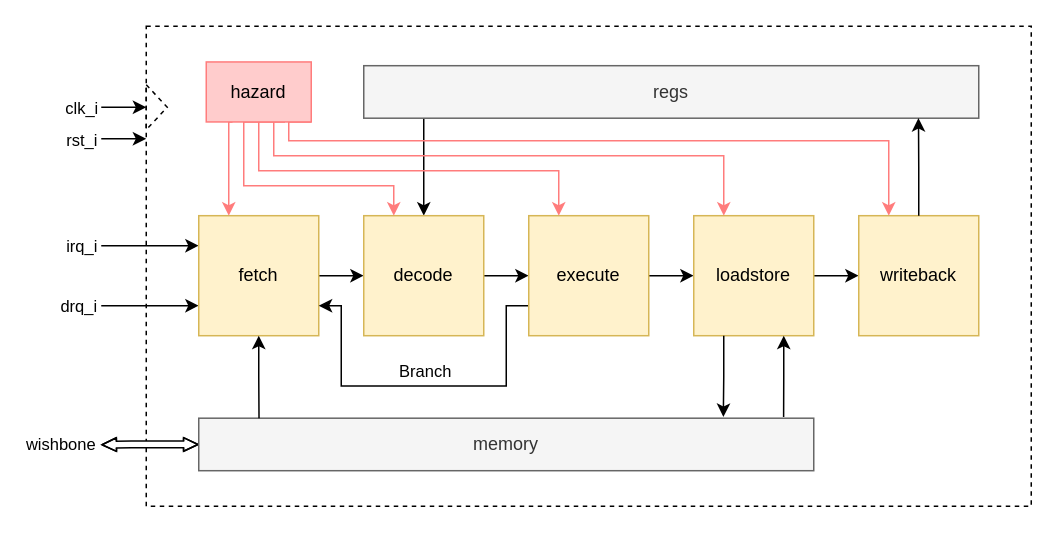
cchaine/ECAP5-DPROC keeps this draw.io diagram as docs/src/assets/architecture.drawio. Above is the earlier version. Source tidied: cells renumbered, new cells numbered last; positions are measured from the earlier drawing's top-left corner, leaving out a move shared by most shapes. Both pictures are drawn from the tidied source at 150%, with x=0, y=0 at pixel (100, 26).
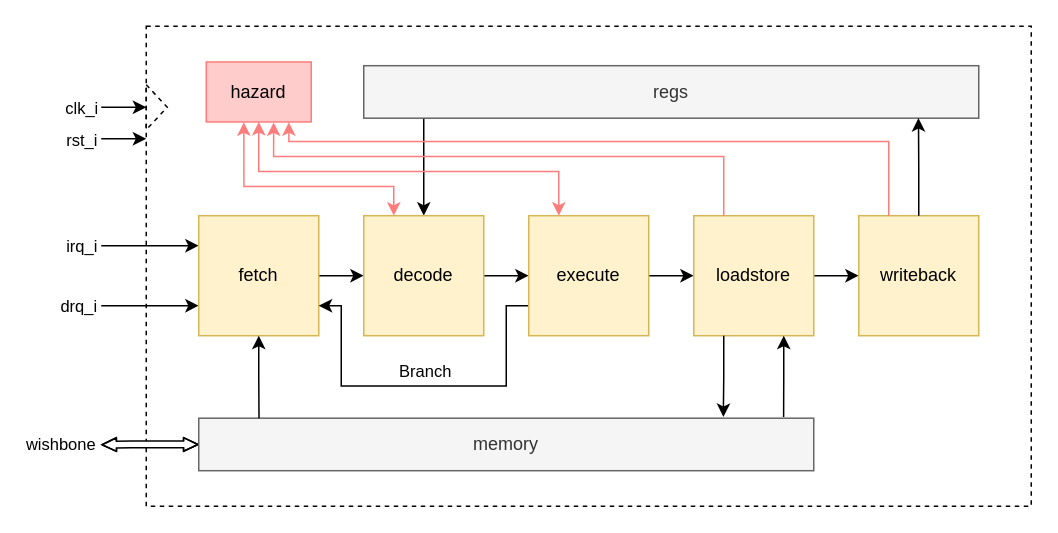
After the change.

Commit message (it also covers changes not shown here):
Adds architecture requirements for the pipeline hazards

Unchanged cells that the change refers to:
```xml
<mxCell id="3" style="group;" parent="1" vertex="1">
  <mxGeometry x="65" y="23.8" width="520" height="272.5" as="geometry" />
</mxCell>
<mxCell id="10" value="fetch" style="whiteSpace=wrap;html=1;fillColor=#fff2cc;strokeColor=#d6b656;" parent="3" vertex="1">
  <mxGeometry y="102.5" width="80" height="80" as="geometry" />
</mxCell>
<mxCell id="12" value="decode" style="whiteSpace=wrap;html=1;fillColor=#fff2cc;strokeColor=#d6b656;" parent="3" vertex="1">
  <mxGeometry x="110" y="102.5" width="80" height="80" as="geometry" />
</mxCell>
<mxCell id="16" value="execute" style="whiteSpace=wrap;html=1;fillColor=#fff2cc;strokeColor=#d6b656;" parent="3" vertex="1">
  <mxGeometry x="220" y="102.5" width="80" height="80" as="geometry" />
</mxCell>
<mxCell id="18" value="loadstore" style="whiteSpace=wrap;html=1;fillColor=#fff2cc;strokeColor=#d6b656;" parent="3" vertex="1">
  <mxGeometry x="330" y="102.5" width="80" height="80" as="geometry" />
</mxCell>
<mxCell id="19" value="writeback" style="whiteSpace=wrap;html=1;fillColor=#fff2cc;strokeColor=#d6b656;" parent="3" vertex="1">
  <mxGeometry x="440" y="102.5" width="80" height="80" as="geometry" />
</mxCell>
<mxCell id="28" value="hazard" style="rounded=0;whiteSpace=wrap;html=1;fillColor=#ffcccc;strokeColor=#ff7c7c;" parent="3" vertex="1">
  <mxGeometry x="5" width="70" height="40" as="geometry" />
</mxCell>
```

The edit, as a diff of the source:
```diff
@@
-    <mxCell id="23" style="edgeStyle=orthogonalEdgeStyle;rounded=0;jettySize=auto;html=1;exitX=0.25;exitY=1;exitDx=0;exitDy=0;entryX=0.25;entryY=0;entryDx=0;entryDy=0;strokeColor=#FF7C7C;" parent="3" edge="1" source="28" target="10">
-      <mxGeometry relative="1" as="geometry">
-        <Array as="points">
-          <mxPoint x="20" y="40.5" />
-        </Array>
-      </mxGeometry>
-    </mxCell>
-    <mxCell id="24" style="edgeStyle=orthogonalEdgeStyle;rounded=0;jettySize=auto;html=1;exitX=0.5;exitY=1;exitDx=0;exitDy=0;entryX=0.25;entryY=0;entryDx=0;entryDy=0;strokeColor=#FF7C7C;" parent="3" edge="1" source="28" target="12">
+    <mxCell id="24" style="edgeStyle=orthogonalEdgeStyle;rounded=0;jettySize=auto;html=1;exitX=0.358;exitY=1.006;exitDx=0;exitDy=0;entryX=0.25;entryY=0;entryDx=0;entryDy=0;strokeColor=#FF7C7C;startArrow=classic;startFill=1;exitPerimeter=0;" parent="3" edge="1" source="28" target="12">
       <mxGeometry relative="1" as="geometry">
         <Array as="points">
-          <mxPoint x="30" y="39.5" />
-          <mxPoint x="30" y="82.5" />
-          <mxPoint x="130" y="82.5" />
+          <mxPoint x="30" y="83" />
+          <mxPoint x="130" y="83" />
         </Array>
       </mxGeometry>
     </mxCell>
-    <mxCell id="25" style="edgeStyle=orthogonalEdgeStyle;rounded=0;jettySize=auto;html=1;exitX=0.75;exitY=1;exitDx=0;exitDy=0;entryX=0.25;entryY=0;entryDx=0;entryDy=0;strokeColor=#FF7C7C;" parent="3" edge="1" source="28" target="16">
+    <mxCell id="25" style="edgeStyle=orthogonalEdgeStyle;rounded=0;jettySize=auto;html=1;exitX=0.5;exitY=1;exitDx=0;exitDy=0;entryX=0.25;entryY=0;entryDx=0;entryDy=0;strokeColor=#FF7C7C;startArrow=classic;startFill=1;" parent="3" edge="1" source="28" target="16">
       <mxGeometry relative="1" as="geometry">
         <Array as="points">
-          <mxPoint x="40" y="39.5" />
-          <mxPoint x="40" y="72.5" />
-          <mxPoint x="240" y="72.5" />
+          <mxPoint x="40" y="73" />
+          <mxPoint x="240" y="73" />
         </Array>
       </mxGeometry>
     </mxCell>
-    <mxCell id="26" style="edgeStyle=orthogonalEdgeStyle;rounded=0;jettySize=auto;html=1;exitX=0.75;exitY=1;exitDx=0;exitDy=0;entryX=0.25;entryY=0;entryDx=0;entryDy=0;strokeColor=#FF7C7C;" parent="3" edge="1" source="28" target="18">
+    <mxCell id="26" style="edgeStyle=orthogonalEdgeStyle;rounded=0;jettySize=auto;html=1;exitX=0.642;exitY=1.008;exitDx=0;exitDy=0;entryX=0.25;entryY=0;entryDx=0;entryDy=0;strokeColor=#FF7C7C;startArrow=classic;startFill=1;endArrow=none;endFill=0;exitPerimeter=0;" parent="3" edge="1" source="28" target="18">
       <mxGeometry relative="1" as="geometry">
         <Array as="points">
-          <mxPoint x="57" y="37.5" />
-          <mxPoint x="50" y="37.5" />
-          <mxPoint x="50" y="62.5" />
-          <mxPoint x="350" y="62.5" />
+          <mxPoint x="50" y="63" />
+          <mxPoint x="350" y="63" />
         </Array>
       </mxGeometry>
     </mxCell>
-    <mxCell id="27" style="edgeStyle=orthogonalEdgeStyle;rounded=0;jettySize=auto;html=1;exitX=1;exitY=1;exitDx=0;exitDy=0;entryX=0.25;entryY=0;entryDx=0;entryDy=0;strokeColor=#FF7C7C;" parent="3" edge="1" source="28" target="19">
+    <mxCell id="27" style="edgeStyle=orthogonalEdgeStyle;rounded=0;jettySize=auto;html=1;exitX=0.787;exitY=1.006;exitDx=0;exitDy=0;entryX=0.25;entryY=0;entryDx=0;entryDy=0;strokeColor=#FF7C7C;startArrow=classic;startFill=1;endArrow=none;endFill=0;exitPerimeter=0;" parent="3" edge="1" source="28" target="19">
       <mxGeometry relative="1" as="geometry">
         <Array as="points">
-          <mxPoint x="60" y="39.5" />
-          <mxPoint x="60" y="52.5" />
-          <mxPoint x="460" y="52.5" />
+          <mxPoint x="60" y="53" />
+          <mxPoint x="460" y="53" />
         </Array>
       </mxGeometry>
     </mxCell>
```
